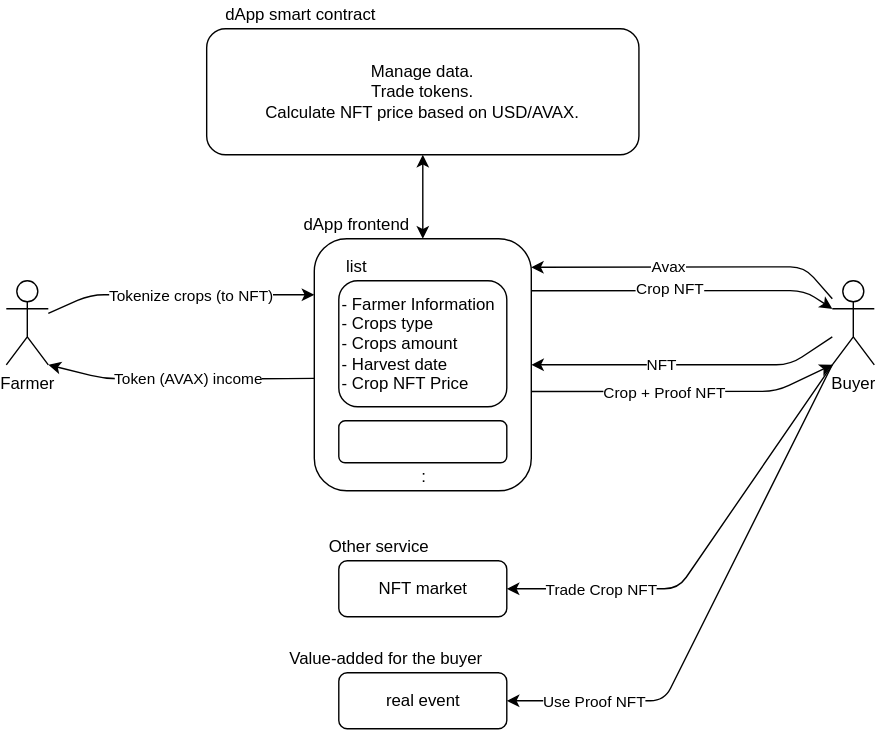
Above: hole.drawio.svg in unchain-tech/AVAX-Asset-Tokenization (draw.io), before the change. Source tidied: cells renumbered, new cells last; positions are measured from the earlier drawing's top-left corner, leaving out a move shared by most shapes. Source of this version:
```xml
<mxGraphModel>
  <root>
    <mxCell id="0" />
    <mxCell id="1" parent="0" />
    <mxCell id="2" style="edgeStyle=none;html=1;" parent="1" edge="1" source="4">
      <mxGeometry relative="1" as="geometry">
        <mxPoint x="220" y="210" as="targetPoint" />
        <Array as="points">
          <mxPoint x="60" y="210" />
        </Array>
      </mxGeometry>
    </mxCell>
    <mxCell id="3" value="Tokenize crops (to NFT)" style="edgeLabel;html=1;align=center;verticalAlign=middle;" parent="2" vertex="1">
      <mxGeometry x="-0.28" y="-1" relative="1" as="geometry">
        <mxPoint x="34" y="-1" as="offset" />
      </mxGeometry>
    </mxCell>
    <mxCell id="4" value="Farmer" style="shape=umlActor;verticalLabelPosition=bottom;verticalAlign=top;html=1;outlineConnect=0;" parent="1" vertex="1">
      <mxGeometry y="200" width="30" height="60" as="geometry" />
    </mxCell>
    <mxCell id="5" value="Token&amp;nbsp;(AVAX) income" style="edgeStyle=none;html=1;entryX=1;entryY=1;entryDx=0;entryDy=0;entryPerimeter=0;exitX=0;exitY=0.554;exitDx=0;exitDy=0;exitPerimeter=0;" parent="1" edge="1" source="10" target="4">
      <mxGeometry x="-0.06" relative="1" as="geometry">
        <Array as="points">
          <mxPoint x="190" y="270" />
          <mxPoint x="70" y="270" />
        </Array>
      </mxGeometry>
    </mxCell>
    <mxCell id="6" style="edgeStyle=none;html=1;entryX=0;entryY=0.3333333333333333;entryDx=0;entryDy=0;entryPerimeter=0;startArrow=none;startFill=0;exitX=0.999;exitY=0.206;exitDx=0;exitDy=0;exitPerimeter=0;" parent="1" edge="1" source="10" target="18">
      <mxGeometry relative="1" as="geometry">
        <Array as="points">
          <mxPoint x="570" y="207" />
        </Array>
      </mxGeometry>
    </mxCell>
    <mxCell id="7" value="Crop NFT" style="edgeLabel;html=1;align=center;verticalAlign=middle;" parent="6" vertex="1">
      <mxGeometry x="-0.09" y="2" relative="1" as="geometry" />
    </mxCell>
    <mxCell id="8" style="edgeStyle=none;html=1;entryX=0;entryY=1;entryDx=0;entryDy=0;entryPerimeter=0;startArrow=none;startFill=0;exitX=1.001;exitY=0.606;exitDx=0;exitDy=0;exitPerimeter=0;" parent="1" edge="1" source="10" target="18">
      <mxGeometry relative="1" as="geometry">
        <Array as="points">
          <mxPoint x="550" y="279" />
        </Array>
      </mxGeometry>
    </mxCell>
    <mxCell id="9" value="Crop + Proof NFT" style="edgeLabel;html=1;align=center;verticalAlign=middle;" parent="8" vertex="1">
      <mxGeometry x="-0.16" relative="1" as="geometry">
        <mxPoint x="3" as="offset" />
      </mxGeometry>
    </mxCell>
    <mxCell id="10" style="rounded=1;whiteSpace=wrap;html=1;" parent="1" vertex="1">
      <mxGeometry x="220" y="170" width="155" height="180" as="geometry" />
    </mxCell>
    <mxCell id="11" value="NFT" style="edgeStyle=none;html=1;startArrow=none;startFill=0;" parent="1" edge="1" source="18" target="10">
      <mxGeometry x="0.15" relative="1" as="geometry">
        <Array as="points">
          <mxPoint x="560" y="260" />
        </Array>
      </mxGeometry>
    </mxCell>
    <mxCell id="12" style="edgeStyle=none;html=1;entryX=1;entryY=0.5;entryDx=0;entryDy=0;exitX=0;exitY=1;exitDx=0;exitDy=0;exitPerimeter=0;" parent="1" edge="1" source="18" target="20">
      <mxGeometry relative="1" as="geometry">
        <Array as="points">
          <mxPoint x="480" y="420" />
        </Array>
      </mxGeometry>
    </mxCell>
    <mxCell id="13" value="Trade Crop NFT" style="edgeLabel;html=1;align=center;verticalAlign=middle;" parent="12" vertex="1">
      <mxGeometry x="0.46" y="1" relative="1" as="geometry">
        <mxPoint x="-19" y="-1" as="offset" />
      </mxGeometry>
    </mxCell>
    <mxCell id="14" style="edgeStyle=none;html=1;entryX=0.999;entryY=0.113;entryDx=0;entryDy=0;entryPerimeter=0;startArrow=none;startFill=0;" parent="1" edge="1" source="18" target="10">
      <mxGeometry relative="1" as="geometry">
        <Array as="points">
          <mxPoint x="570" y="190" />
        </Array>
      </mxGeometry>
    </mxCell>
    <mxCell id="15" value="Avax" style="edgeLabel;html=1;align=center;verticalAlign=middle;" parent="14" vertex="1">
      <mxGeometry x="0.14" y="-1" relative="1" as="geometry" />
    </mxCell>
    <mxCell id="16" style="edgeStyle=none;html=1;entryX=1;entryY=0.5;entryDx=0;entryDy=0;startArrow=none;startFill=0;" parent="1" edge="1" source="18" target="29">
      <mxGeometry relative="1" as="geometry">
        <Array as="points">
          <mxPoint x="470" y="500" />
        </Array>
      </mxGeometry>
    </mxCell>
    <mxCell id="17" value="Use Proof NFT" style="edgeLabel;html=1;align=center;verticalAlign=middle;" parent="16" vertex="1">
      <mxGeometry x="0.77" y="-2" relative="1" as="geometry">
        <mxPoint x="18" y="2" as="offset" />
      </mxGeometry>
    </mxCell>
    <mxCell id="18" value="Buyer" style="shape=umlActor;verticalLabelPosition=bottom;verticalAlign=top;html=1;outlineConnect=0;" parent="1" vertex="1">
      <mxGeometry x="590" y="200" width="30" height="60" as="geometry" />
    </mxCell>
    <mxCell id="19" value="dApp frontend" style="text;html=1;align=center;verticalAlign=middle;strokeColor=none;fillColor=none;" parent="1" vertex="1">
      <mxGeometry x="205" y="150" width="90" height="20" as="geometry" />
    </mxCell>
    <mxCell id="20" value="NFT market" style="rounded=1;whiteSpace=wrap;html=1;" parent="1" vertex="1">
      <mxGeometry x="237.5" y="400" width="120" height="40" as="geometry" />
    </mxCell>
    <mxCell id="21" value="- Farmer Information&lt;br&gt;- Crops&amp;nbsp;type&lt;br&gt;&lt;div&gt;&lt;span&gt;- Crops amount&lt;/span&gt;&lt;/div&gt;&lt;div&gt;&lt;span&gt;- Harvest date&lt;/span&gt;&lt;/div&gt;- Crop NFT Price" style="rounded=1;whiteSpace=wrap;html=1;align=left;" parent="1" vertex="1">
      <mxGeometry x="237.5" y="200" width="120" height="90" as="geometry" />
    </mxCell>
    <mxCell id="22" value="list" style="text;html=1;align=center;verticalAlign=middle;strokeColor=none;fillColor=none;" parent="1" vertex="1">
      <mxGeometry x="235" y="180" width="30" height="20" as="geometry" />
    </mxCell>
    <mxCell id="23" style="rounded=1;whiteSpace=wrap;html=1;align=left;" parent="1" vertex="1">
      <mxGeometry x="237.5" y="300" width="120" height="30" as="geometry" />
    </mxCell>
    <mxCell id="24" style="edgeStyle=none;html=1;startArrow=classic;startFill=1;entryX=0.5;entryY=0;entryDx=0;entryDy=0;" parent="1" edge="1" source="25" target="10">
      <mxGeometry relative="1" as="geometry" />
    </mxCell>
    <mxCell id="25" value="Manage data.&lt;br&gt;Trade tokens.&lt;br&gt;Calculate NFT price based on USD/AVAX." style="rounded=1;whiteSpace=wrap;html=1;" parent="1" vertex="1">
      <mxGeometry x="143.1" y="20" width="308.8" height="90" as="geometry" />
    </mxCell>
    <mxCell id="26" value="dApp smart contract" style="text;html=1;align=center;verticalAlign=middle;strokeColor=none;fillColor=none;" parent="1" vertex="1">
      <mxGeometry x="150" width="120" height="20" as="geometry" />
    </mxCell>
    <mxCell id="27" value=":" style="text;html=1;align=center;verticalAlign=middle;strokeColor=none;fillColor=none;" parent="1" vertex="1">
      <mxGeometry x="287.5" y="330" width="20" height="20" as="geometry" />
    </mxCell>
    <mxCell id="28" value="Other service" style="text;html=1;align=center;verticalAlign=middle;strokeColor=none;fillColor=none;" parent="1" vertex="1">
      <mxGeometry x="221.2" y="380" width="90" height="20" as="geometry" />
    </mxCell>
    <mxCell id="29" value="real event" style="rounded=1;whiteSpace=wrap;html=1;" parent="1" vertex="1">
      <mxGeometry x="237.5" y="480" width="120" height="40" as="geometry" />
    </mxCell>
    <mxCell id="30" value="Value-added for the buyer" style="text;html=1;align=center;verticalAlign=middle;strokeColor=none;fillColor=none;" parent="1" vertex="1">
      <mxGeometry x="196.2" y="460" width="150" height="20" as="geometry" />
    </mxCell>
  </root>
</mxGraphModel>
```
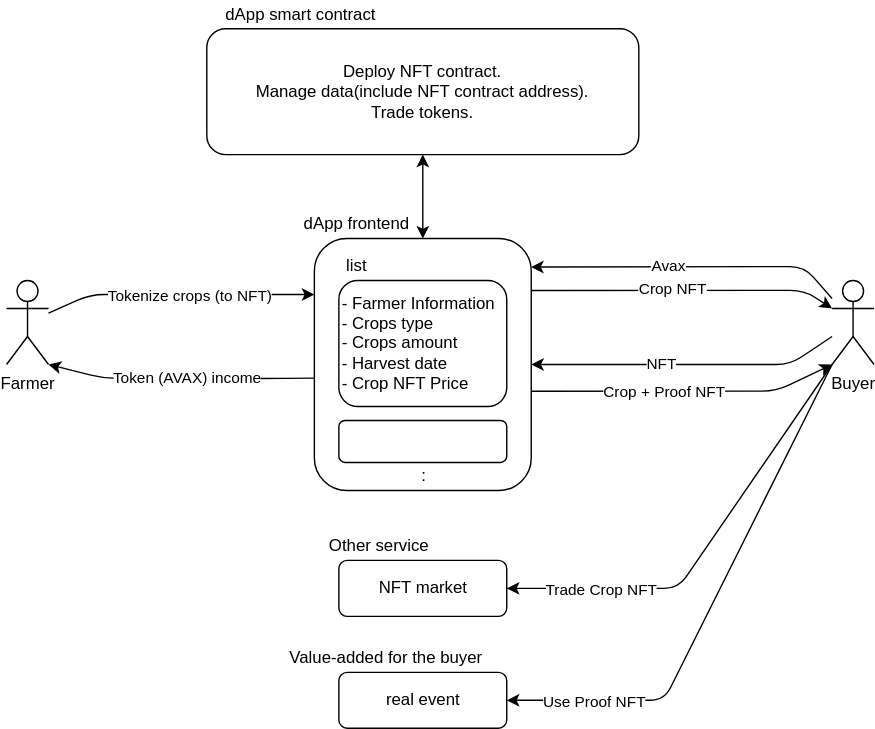
After the change.

Change to the diagram source:
```diff
@@ -113,7 +113,7 @@
     <mxCell id="24" style="edgeStyle=none;html=1;startArrow=classic;startFill=1;entryX=0.5;entryY=0;entryDx=0;entryDy=0;" parent="1" edge="1" source="25" target="10">
       <mxGeometry relative="1" as="geometry" />
     </mxCell>
-    <mxCell id="25" value="Manage data.&lt;br&gt;Trade tokens.&lt;br&gt;Calculate NFT price based on USD/AVAX." style="rounded=1;whiteSpace=wrap;html=1;" parent="1" vertex="1">
+    <mxCell id="25" value="Deploy NFT contract.&lt;br&gt;Manage data(include NFT contract address).&lt;br&gt;Trade tokens." style="rounded=1;whiteSpace=wrap;html=1;" parent="1" vertex="1">
       <mxGeometry x="143.1" y="20" width="308.8" height="90" as="geometry" />
     </mxCell>
     <mxCell id="26" value="dApp smart contract" style="text;html=1;align=center;verticalAlign=middle;strokeColor=none;fillColor=none;" parent="1" vertex="1">
```
